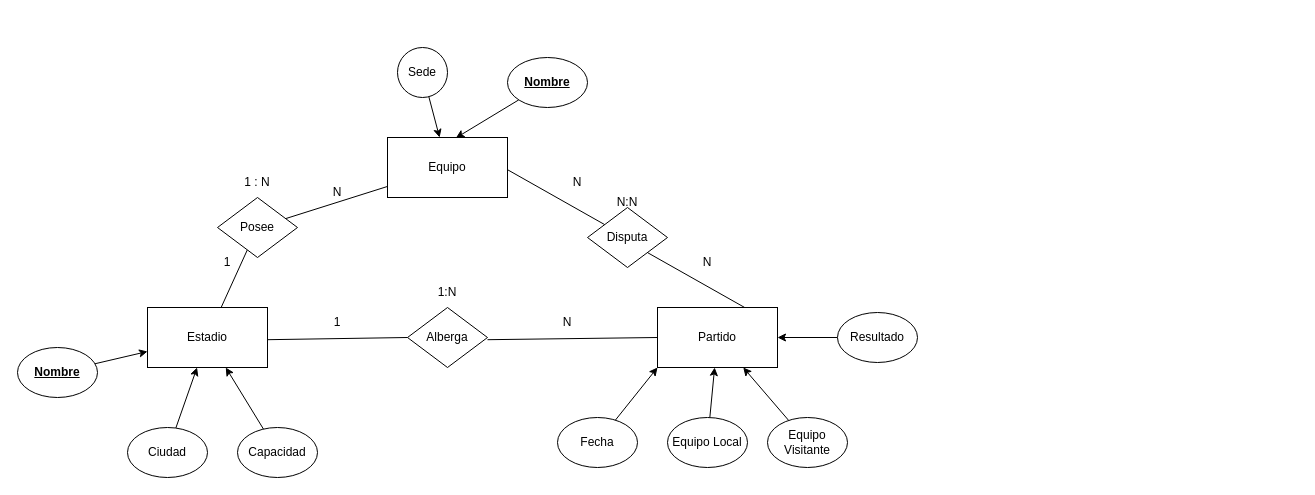
Before: futbol.drawio in pedronieto84/lowcode-nocode, a draw.io diagram. Source tidied: cells renumbered, new cells numbered last; positions are measured from the earlier drawing's top-left corner, leaving out a move shared by most shapes. Both pictures are drawn from the tidied source at 100%, with x=0, y=0 at pixel (17, 47).
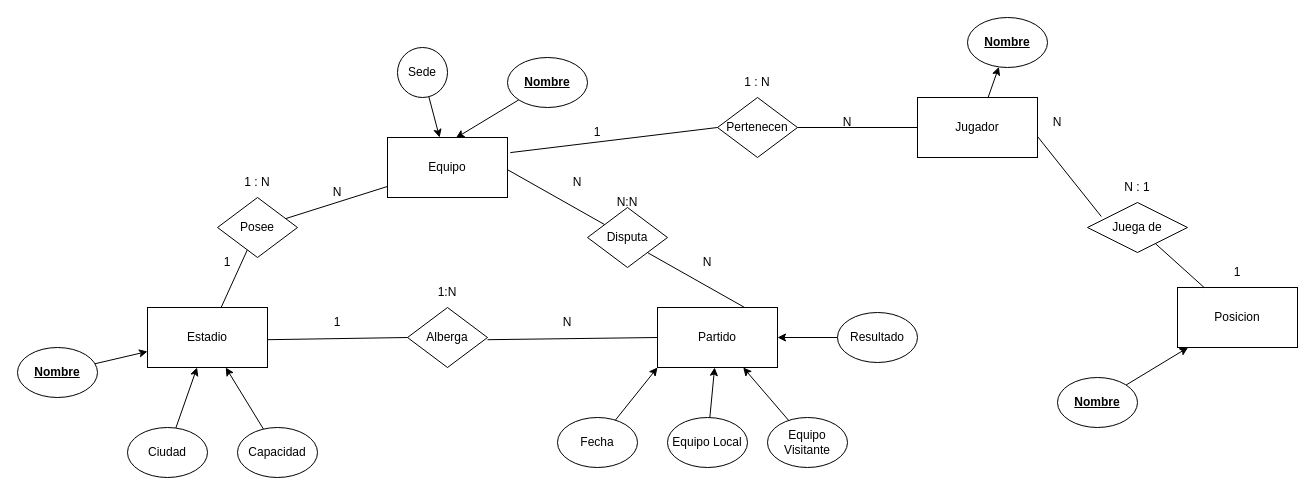
After the change.

Commit message:
Ejercicio 5. Añadimos Jugadores a los Equipos

Change to the diagram source:
```diff
@@
+    <mxCell id="41" style="edgeStyle=none;html=1;endArrow=classic;endFill=1;" parent="1" edge="1" source="42" target="43">
+      <mxGeometry relative="1" as="geometry" />
+    </mxCell>
+    <mxCell id="42" value="Jugador" style="rounded=0;whiteSpace=wrap;html=1;" parent="1" vertex="1">
+      <mxGeometry x="900" y="50" width="120" height="60" as="geometry" />
+    </mxCell>
+    <mxCell id="43" value="Nombre" style="ellipse;whiteSpace=wrap;html=1;fontStyle=5;" parent="1" vertex="1">
+      <mxGeometry x="950" y="-30" width="80" height="50" as="geometry" />
+    </mxCell>
+    <mxCell id="44" value="Pertenecen" style="rhombus;whiteSpace=wrap;html=1;" parent="1" vertex="1">
+      <mxGeometry x="700" y="50" width="80" height="60" as="geometry" />
+    </mxCell>
+    <mxCell id="45" style="edgeStyle=none;html=1;endArrow=none;endFill=0;entryX=0;entryY=0.5;entryDx=0;entryDy=0;" parent="1" edge="1" target="44">
+      <mxGeometry relative="1" as="geometry">
+        <mxPoint x="492.8" y="105.1" as="sourcePoint" />
+      </mxGeometry>
+    </mxCell>
+    <mxCell id="46" style="edgeStyle=none;html=1;endArrow=none;endFill=0;entryX=0;entryY=0.5;entryDx=0;entryDy=0;exitX=1;exitY=0.5;exitDx=0;exitDy=0;" parent="1" edge="1" source="44" target="42">
+      <mxGeometry relative="1" as="geometry" />
+    </mxCell>
+    <mxCell id="47" value="1 : N" style="text;html=1;strokeColor=none;fillColor=none;align=center;verticalAlign=middle;whiteSpace=wrap;rounded=0;" parent="1" vertex="1">
+      <mxGeometry x="710" y="20" width="60" height="30" as="geometry" />
+    </mxCell>
+    <mxCell id="48" value="1" style="text;html=1;strokeColor=none;fillColor=none;align=center;verticalAlign=middle;whiteSpace=wrap;rounded=0;" parent="1" vertex="1">
+      <mxGeometry x="550" y="70" width="60" height="30" as="geometry" />
+    </mxCell>
+    <mxCell id="49" value="N" style="text;html=1;strokeColor=none;fillColor=none;align=center;verticalAlign=middle;whiteSpace=wrap;rounded=0;" parent="1" vertex="1">
+      <mxGeometry x="800" y="60" width="60" height="30" as="geometry" />
+    </mxCell>
+    <mxCell id="50" value="Juega de" style="rhombus;whiteSpace=wrap;html=1;" parent="1" vertex="1">
+      <mxGeometry x="1070" y="155" width="100" height="50" as="geometry" />
+    </mxCell>
+    <mxCell id="51" value="Posicion" style="rounded=0;whiteSpace=wrap;html=1;" parent="1" vertex="1">
+      <mxGeometry x="1160" y="240" width="120" height="60" as="geometry" />
+    </mxCell>
+    <mxCell id="52" style="edgeStyle=none;html=1;endArrow=none;endFill=0;entryX=0.138;entryY=0.28;entryDx=0;entryDy=0;exitX=1;exitY=0.5;exitDx=0;exitDy=0;entryPerimeter=0;" parent="1" edge="1" target="50">
+      <mxGeometry relative="1" as="geometry">
+        <mxPoint x="1020" y="89" as="sourcePoint" />
+      </mxGeometry>
+    </mxCell>
+    <mxCell id="53" style="edgeStyle=none;html=1;endArrow=none;endFill=0;" parent="1" edge="1" source="50" target="51">
+      <mxGeometry relative="1" as="geometry" />
+    </mxCell>
+    <mxCell id="54" style="edgeStyle=none;html=1;endArrow=classic;endFill=1;" parent="1" edge="1" source="55" target="51">
+      <mxGeometry relative="1" as="geometry" />
+    </mxCell>
+    <mxCell id="55" value="Nombre" style="ellipse;whiteSpace=wrap;html=1;fontStyle=5;" parent="1" vertex="1">
+      <mxGeometry x="1040" y="330" width="80" height="50" as="geometry" />
+    </mxCell>
+    <mxCell id="56" value="N : 1" style="text;html=1;strokeColor=none;fillColor=none;align=center;verticalAlign=middle;whiteSpace=wrap;rounded=0;" parent="1" vertex="1">
+      <mxGeometry x="1090" y="125" width="60" height="30" as="geometry" />
+    </mxCell>
+    <mxCell id="57" value="1&lt;br&gt;" style="text;html=1;strokeColor=none;fillColor=none;align=center;verticalAlign=middle;whiteSpace=wrap;rounded=0;" parent="1" vertex="1">
+      <mxGeometry x="1190" y="210" width="60" height="30" as="geometry" />
+    </mxCell>
+    <mxCell id="58" value="N" style="text;html=1;strokeColor=none;fillColor=none;align=center;verticalAlign=middle;whiteSpace=wrap;rounded=0;" parent="1" vertex="1">
+      <mxGeometry x="1010" y="60" width="60" height="30" as="geometry" />
+    </mxCell>
```
